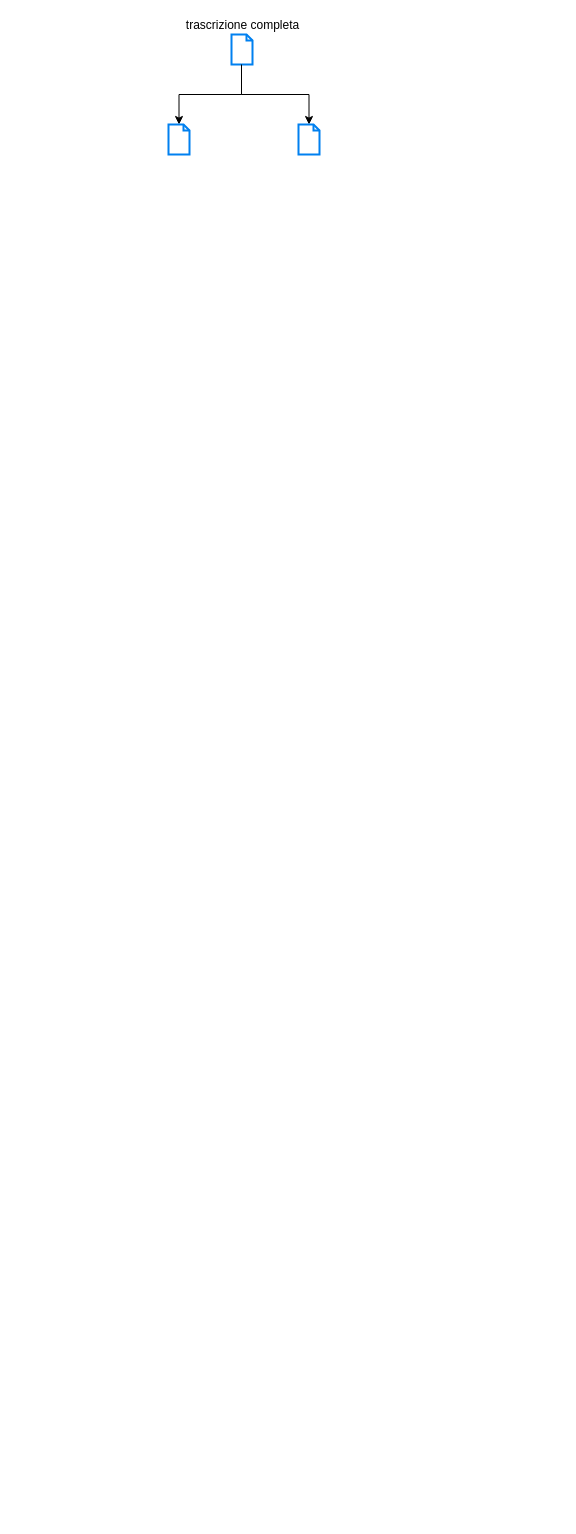
Earlier version of the draw.io diagram pipeline_stabilimento_ruolo_op_deb.drawio (c0pper/mirc0). Source tidied: cells renumbered, new cells numbered last; positions are measured from the earlier drawing's top-left corner, leaving out a move shared by most shapes. Both pictures are drawn from the tidied source at 100%, with x=0, y=0 at pixel (168, 34). Pictures stored in the file or linked from it are replaced by grey dashed boxes.
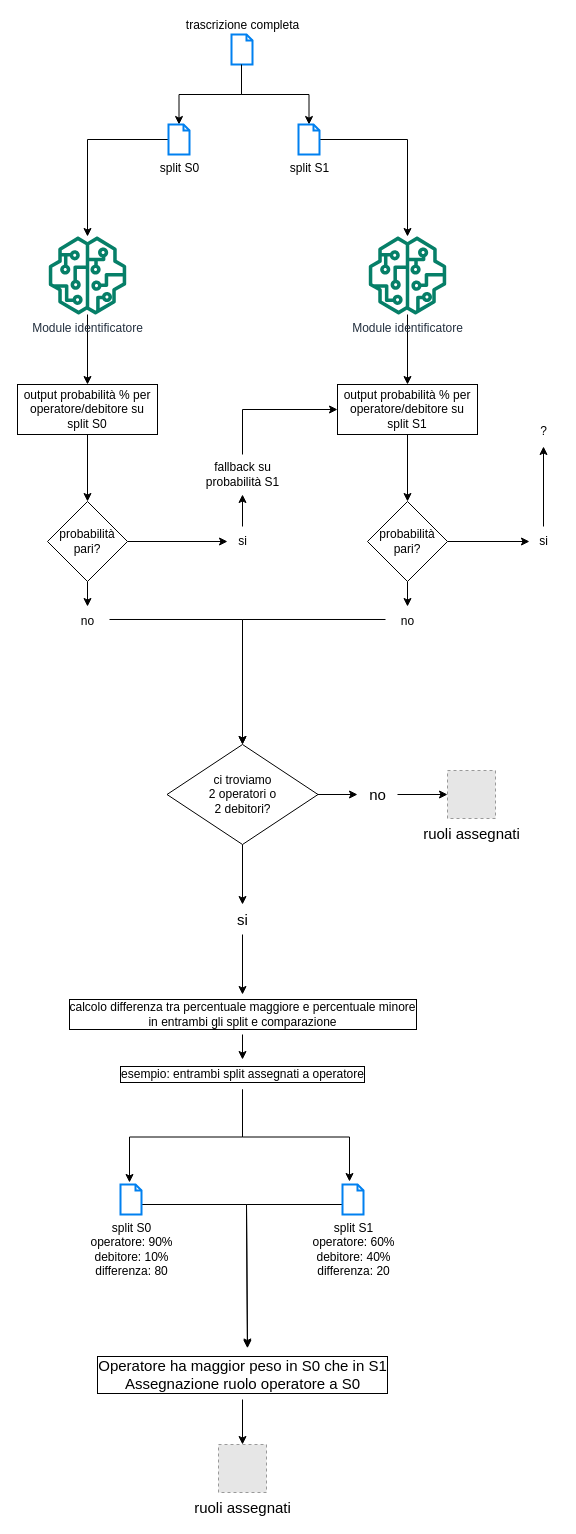
Above is the later version.

The edit, as a diff of the source:
```diff
@@
+    <mxCell id="7" style="edgeStyle=orthogonalEdgeStyle;rounded=0;jettySize=auto;html=1;" parent="1" edge="1" source="4" target="12">
+      <mxGeometry relative="1" as="geometry" />
+    </mxCell>
-    <mxCell id="4" style="html=1;verticalLabelPosition=bottom;align=center;labelBackgroundColor=#ffffff;verticalAlign=top;strokeWidth=2;strokeColor=#0080F0;shadow=0;dashed=0;shape=mxgraph.ios7.icons.document;" parent="1" vertex="1">
+    <mxCell id="4" value="split S1" style="html=1;verticalLabelPosition=bottom;align=center;labelBackgroundColor=#ffffff;verticalAlign=top;strokeWidth=2;strokeColor=#0080F0;shadow=0;dashed=0;shape=mxgraph.ios7.icons.document;" parent="1" vertex="1">
       <mxGeometry x="130" y="90" width="21" height="30" as="geometry" />
     </mxCell>
@@
+    <mxCell id="8" style="edgeStyle=orthogonalEdgeStyle;rounded=0;jettySize=auto;html=1;" parent="1" edge="1" source="6" target="10">
+      <mxGeometry relative="1" as="geometry" />
+    </mxCell>
-    <mxCell id="6" style="html=1;verticalLabelPosition=bottom;align=center;labelBackgroundColor=#ffffff;verticalAlign=top;strokeWidth=2;strokeColor=#0080F0;shadow=0;dashed=0;shape=mxgraph.ios7.icons.document;" parent="1" vertex="1">
+    <mxCell id="6" value="split S0" style="html=1;verticalLabelPosition=bottom;align=center;labelBackgroundColor=#ffffff;verticalAlign=top;strokeWidth=2;strokeColor=#0080F0;shadow=0;dashed=0;shape=mxgraph.ios7.icons.document;" parent="1" vertex="1">
       <mxGeometry y="90" width="21" height="30" as="geometry" />
     </mxCell>
+    <mxCell id="9" style="edgeStyle=orthogonalEdgeStyle;rounded=0;jettySize=auto;html=1;entryX=0.5;entryY=0;entryDx=0;entryDy=0;" parent="1" edge="1" source="10" target="21">
+      <mxGeometry relative="1" as="geometry" />
+    </mxCell>
+    <mxCell id="10" value="Module identificatore" style="sketch=0;outlineConnect=0;fontColor=#232F3E;gradientColor=none;fillColor=#067F68;strokeColor=none;dashed=0;verticalLabelPosition=bottom;verticalAlign=top;align=center;html=1;fontSize=12;fontStyle=0;shape=mxgraph.aws4.sagemaker_model;" parent="1" vertex="1">
+      <mxGeometry x="-120" y="202" width="78" height="78" as="geometry" />
+    </mxCell>
+    <mxCell id="11" style="edgeStyle=orthogonalEdgeStyle;rounded=0;jettySize=auto;html=1;entryX=0.5;entryY=0;entryDx=0;entryDy=0;" parent="1" edge="1" source="12" target="23">
+      <mxGeometry relative="1" as="geometry" />
+    </mxCell>
+    <mxCell id="12" value="Module identificatore" style="sketch=0;outlineConnect=0;fontColor=#232F3E;gradientColor=none;fillColor=#067F68;strokeColor=none;dashed=0;verticalLabelPosition=bottom;verticalAlign=top;align=center;html=1;fontSize=12;fontStyle=0;shape=mxgraph.aws4.sagemaker_model;" parent="1" vertex="1">
+      <mxGeometry x="200" y="202" width="78" height="78" as="geometry" />
+    </mxCell>
+    <mxCell id="13" style="edgeStyle=orthogonalEdgeStyle;rounded=0;jettySize=auto;html=1;" parent="1" edge="1" source="15" target="17">
+      <mxGeometry relative="1" as="geometry" />
+    </mxCell>
+    <mxCell id="14" style="edgeStyle=orthogonalEdgeStyle;rounded=0;jettySize=auto;html=1;" parent="1" edge="1" source="15" target="19">
+      <mxGeometry relative="1" as="geometry" />
+    </mxCell>
+    <mxCell id="15" value="probabilità pari?" style="rhombus;whiteSpace=wrap;html=1;" parent="1" vertex="1">
+      <mxGeometry x="-121" y="467" width="80" height="80" as="geometry" />
+    </mxCell>
+    <mxCell id="16" style="edgeStyle=orthogonalEdgeStyle;rounded=0;jettySize=auto;html=1;entryX=0.5;entryY=0;entryDx=0;entryDy=0;exitX=1.05;exitY=0.433;exitDx=0;exitDy=0;exitPerimeter=0;" parent="1" edge="1" source="17" target="36">
+      <mxGeometry relative="1" as="geometry">
+        <Array as="points">
+          <mxPoint x="74" y="585" />
+        </Array>
+      </mxGeometry>
+    </mxCell>
+    <mxCell id="17" value="no" style="text;html=1;align=center;verticalAlign=middle;points=[];strokeColor=none;fillColor=none;" parent="1" vertex="1">
+      <mxGeometry x="-101" y="572" width="40" height="30" as="geometry" />
+    </mxCell>
+    <mxCell id="18" style="edgeStyle=orthogonalEdgeStyle;rounded=0;jettySize=auto;html=1;" parent="1" edge="1" source="19" target="25">
+      <mxGeometry relative="1" as="geometry" />
+    </mxCell>
+    <mxCell id="19" value="si" style="text;html=1;align=center;verticalAlign=middle;points=[];strokeColor=none;fillColor=none;" parent="1" vertex="1">
+      <mxGeometry x="59" y="492" width="30" height="30" as="geometry" />
+    </mxCell>
+    <mxCell id="20" style="edgeStyle=orthogonalEdgeStyle;rounded=0;jettySize=auto;html=1;entryX=0.5;entryY=0;entryDx=0;entryDy=0;" parent="1" edge="1" source="21" target="15">
+      <mxGeometry relative="1" as="geometry" />
+    </mxCell>
+    <mxCell id="21" value="output probabilità % per operatore/debitore su split S0" style="rounded=0;whiteSpace=wrap;html=1;" parent="1" vertex="1">
+      <mxGeometry x="-151" y="350" width="140" height="50" as="geometry" />
+    </mxCell>
+    <mxCell id="22" style="edgeStyle=orthogonalEdgeStyle;rounded=0;jettySize=auto;html=1;entryX=0.5;entryY=0;entryDx=0;entryDy=0;" parent="1" edge="1" source="23" target="28">
+      <mxGeometry relative="1" as="geometry" />
+    </mxCell>
+    <mxCell id="23" value="output probabilità % per operatore/debitore su split S1" style="rounded=0;whiteSpace=wrap;html=1;" parent="1" vertex="1">
+      <mxGeometry x="169" y="350" width="140" height="50" as="geometry" />
+    </mxCell>
+    <mxCell id="24" style="edgeStyle=orthogonalEdgeStyle;rounded=0;jettySize=auto;html=1;entryX=0;entryY=0.5;entryDx=0;entryDy=0;" parent="1" edge="1" source="25" target="23">
+      <mxGeometry relative="1" as="geometry">
+        <Array as="points">
+          <mxPoint x="74" y="375" />
+        </Array>
+      </mxGeometry>
+    </mxCell>
+    <mxCell id="25" value="fallback su &lt;br&gt;probabilità S1" style="text;html=1;align=center;verticalAlign=middle;points=[];strokeColor=none;fillColor=none;" parent="1" vertex="1">
+      <mxGeometry x="24" y="420" width="100" height="40" as="geometry" />
+    </mxCell>
+    <mxCell id="26" style="edgeStyle=orthogonalEdgeStyle;rounded=0;jettySize=auto;html=1;entryX=0.033;entryY=0.5;entryDx=0;entryDy=0;entryPerimeter=0;" parent="1" edge="1" source="28" target="30">
+      <mxGeometry relative="1" as="geometry" />
+    </mxCell>
+    <mxCell id="27" style="edgeStyle=orthogonalEdgeStyle;rounded=0;jettySize=auto;html=1;" parent="1" edge="1" source="28" target="33">
+      <mxGeometry relative="1" as="geometry" />
+    </mxCell>
+    <mxCell id="28" value="probabilità pari?" style="rhombus;whiteSpace=wrap;html=1;" parent="1" vertex="1">
+      <mxGeometry x="199" y="467" width="80" height="80" as="geometry" />
+    </mxCell>
+    <mxCell id="29" style="edgeStyle=orthogonalEdgeStyle;rounded=0;jettySize=auto;html=1;" parent="1" edge="1" source="30" target="31">
+      <mxGeometry relative="1" as="geometry" />
+    </mxCell>
+    <mxCell id="30" value="si" style="text;html=1;align=center;verticalAlign=middle;points=[];strokeColor=none;fillColor=none;" parent="1" vertex="1">
+      <mxGeometry x="360" y="492" width="30" height="30" as="geometry" />
+    </mxCell>
+    <mxCell id="31" value="?" style="text;html=1;align=center;verticalAlign=middle;points=[];strokeColor=none;fillColor=none;" parent="1" vertex="1">
+      <mxGeometry x="360" y="382" width="30" height="30" as="geometry" />
+    </mxCell>
+    <mxCell id="32" style="edgeStyle=orthogonalEdgeStyle;rounded=0;jettySize=auto;html=1;entryX=0.5;entryY=0;entryDx=0;entryDy=0;exitX=-0.05;exitY=0.433;exitDx=0;exitDy=0;exitPerimeter=0;" parent="1" edge="1" source="33" target="36">
+      <mxGeometry relative="1" as="geometry">
+        <Array as="points">
+          <mxPoint x="74" y="585" />
+        </Array>
+      </mxGeometry>
+    </mxCell>
+    <mxCell id="33" value="no" style="text;html=1;align=center;verticalAlign=middle;points=[];strokeColor=none;fillColor=none;" parent="1" vertex="1">
+      <mxGeometry x="219" y="572" width="40" height="30" as="geometry" />
+    </mxCell>
+    <mxCell id="34" style="edgeStyle=orthogonalEdgeStyle;rounded=0;jettySize=auto;html=1;fontSize=15;" parent="1" edge="1" source="36" target="49">
+      <mxGeometry relative="1" as="geometry" />
+    </mxCell>
+    <mxCell id="35" style="edgeStyle=orthogonalEdgeStyle;rounded=0;jettySize=auto;html=1;fontSize=15;" parent="1" edge="1" source="36" target="52">
+      <mxGeometry relative="1" as="geometry" />
+    </mxCell>
+    <mxCell id="36" value="ci troviamo&lt;br&gt;2 operatori o&lt;br&gt;2 debitori?" style="rhombus;whiteSpace=wrap;html=1;" parent="1" vertex="1">
+      <mxGeometry x="-1.5" y="710" width="151" height="100" as="geometry" />
+    </mxCell>
+    <mxCell id="37" style="edgeStyle=orthogonalEdgeStyle;rounded=0;jettySize=auto;html=1;" parent="1" edge="1" source="38" target="45">
+      <mxGeometry relative="1" as="geometry" />
+    </mxCell>
+    <mxCell id="38" value="calcolo differenza tra percentuale maggiore e percentuale minore &lt;br&gt;in entrambi gli split e comparazione" style="text;html=1;align=center;verticalAlign=middle;points=[];strokeColor=none;fillColor=none;labelBackgroundColor=default;labelBorderColor=default;" parent="1" vertex="1">
+      <mxGeometry x="-111" y="960" width="370" height="40" as="geometry" />
+    </mxCell>
+    <mxCell id="39" style="edgeStyle=orthogonalEdgeStyle;rounded=0;jettySize=auto;html=1;entryX=0.516;entryY=-0.025;entryDx=0;entryDy=0;entryPerimeter=0;" parent="1" edge="1" source="40" target="47">
+      <mxGeometry relative="1" as="geometry">
+        <Array as="points">
+          <mxPoint x="78" y="1170" />
+        </Array>
+      </mxGeometry>
+    </mxCell>
+    <mxCell id="40" value="split S0&lt;br&gt;operatore: 90%&lt;br&gt;debitore: 10%&lt;br&gt;differenza: 80" style="html=1;verticalLabelPosition=bottom;align=center;labelBackgroundColor=#ffffff;verticalAlign=top;strokeWidth=2;strokeColor=#0080F0;shadow=0;dashed=0;shape=mxgraph.ios7.icons.document;" parent="1" vertex="1">
+      <mxGeometry x="-48" y="1150" width="21" height="30" as="geometry" />
+    </mxCell>
+    <mxCell id="41" style="edgeStyle=orthogonalEdgeStyle;rounded=0;jettySize=auto;html=1;entryX=0.516;entryY=-0.05;entryDx=0;entryDy=0;entryPerimeter=0;" parent="1" edge="1" source="42" target="47">
+      <mxGeometry relative="1" as="geometry">
+        <Array as="points">
+          <mxPoint x="78" y="1170" />
+        </Array>
+      </mxGeometry>
+    </mxCell>
+    <mxCell id="42" value="split S1&lt;br&gt;operatore: 60%&lt;br&gt;debitore: 40%&lt;br&gt;differenza: 20" style="html=1;verticalLabelPosition=bottom;align=center;labelBackgroundColor=#ffffff;verticalAlign=top;strokeWidth=2;strokeColor=#0080F0;shadow=0;dashed=0;shape=mxgraph.ios7.icons.document;" parent="1" vertex="1">
+      <mxGeometry x="174" y="1150" width="21" height="30" as="geometry" />
+    </mxCell>
+    <mxCell id="43" style="edgeStyle=orthogonalEdgeStyle;rounded=0;jettySize=auto;html=1;entryX=0.429;entryY=-0.067;entryDx=0;entryDy=0;entryPerimeter=0;" parent="1" edge="1" source="45" target="40">
+      <mxGeometry relative="1" as="geometry" />
+    </mxCell>
+    <mxCell id="44" style="edgeStyle=orthogonalEdgeStyle;rounded=0;jettySize=auto;html=1;entryX=0.333;entryY=-0.1;entryDx=0;entryDy=0;entryPerimeter=0;" parent="1" edge="1" source="45" target="42">
+      <mxGeometry relative="1" as="geometry" />
+    </mxCell>
+    <mxCell id="45" value="esempio: entrambi split assegnati a operatore" style="text;html=1;align=center;verticalAlign=middle;points=[];strokeColor=none;fillColor=none;labelBorderColor=default;labelBackgroundColor=default;" parent="1" vertex="1">
+      <mxGeometry x="-61" y="1025" width="270" height="30" as="geometry" />
+    </mxCell>
+    <mxCell id="46" style="edgeStyle=orthogonalEdgeStyle;rounded=0;jettySize=auto;html=1;fontSize=15;" parent="1" edge="1" source="47" target="53">
+      <mxGeometry relative="1" as="geometry" />
+    </mxCell>
+    <mxCell id="47" value="Operatore ha maggior peso in S0 che in S1&lt;br style=&quot;font-size: 15px;&quot;&gt;Assegnazione ruolo operatore a S0" style="text;html=1;align=center;verticalAlign=middle;points=[];strokeColor=none;fillColor=none;labelBackgroundColor=default;labelBorderColor=default;spacing=2;fontSize=15;" parent="1" vertex="1">
+      <mxGeometry x="-81" y="1315" width="310" height="50" as="geometry" />
+    </mxCell>
+    <mxCell id="48" style="edgeStyle=orthogonalEdgeStyle;rounded=0;jettySize=auto;html=1;fontSize=15;" parent="1" edge="1" source="49" target="38">
+      <mxGeometry relative="1" as="geometry" />
+    </mxCell>
+    <mxCell id="49" value="si" style="text;html=1;align=center;verticalAlign=middle;points=[];strokeColor=none;fillColor=none;fontSize=15;" parent="1" vertex="1">
+      <mxGeometry x="59" y="870" width="30" height="30" as="geometry" />
+    </mxCell>
+    <mxCell id="50" value="ruoli assegnati" style="fillColor=#E6E6E6;strokeColor=#999999;dashed=1;html=1;verticalAlign=top;verticalLabelPosition=bottom;labelBackgroundColor=#ffffff;fontSize=15;" parent="1" vertex="1">
+      <mxGeometry x="279" y="736" width="48" height="48" as="geometry" />
+    </mxCell>
+    <mxCell id="51" style="edgeStyle=orthogonalEdgeStyle;rounded=0;jettySize=auto;html=1;fontSize=15;" parent="1" edge="1" source="52" target="50">
+      <mxGeometry relative="1" as="geometry" />
+    </mxCell>
+    <mxCell id="52" value="no" style="text;html=1;align=center;verticalAlign=middle;points=[];strokeColor=none;fillColor=none;fontSize=15;" parent="1" vertex="1">
+      <mxGeometry x="189" y="745" width="40" height="30" as="geometry" />
+    </mxCell>
+    <mxCell id="53" value="ruoli assegnati" style="fillColor=#E6E6E6;strokeColor=#999999;dashed=1;html=1;verticalAlign=top;verticalLabelPosition=bottom;labelBackgroundColor=#ffffff;fontSize=15;" parent="1" vertex="1">
+      <mxGeometry x="50" y="1410" width="48" height="48" as="geometry" />
+    </mxCell>
```
